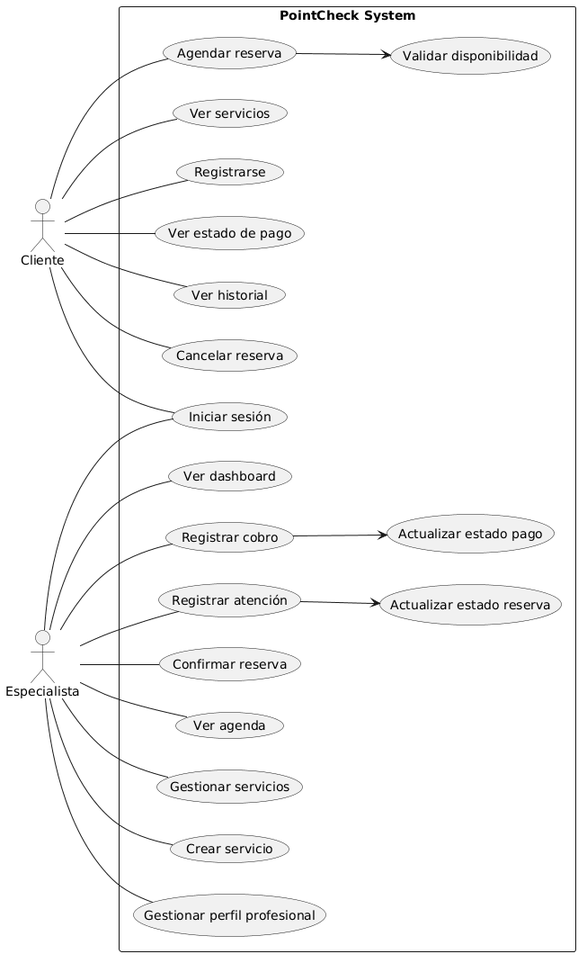
Earlier version of the PlantUML export Documentacion/4+1/VISTA DE ESCENARIO (CASOS DE USO).png (ismaeljim/PointCheck). The source it was exported from:
```plantuml
@startuml
left to right direction

actor Cliente
actor Especialista

rectangle "PointCheck System" {

  Cliente -- (Registrarse)
  Cliente -- (Iniciar sesión)
  Cliente -- (Ver servicios)
  Cliente -- (Agendar reserva)
  Cliente -- (Cancelar reserva)
  Cliente -- (Ver historial)
  Cliente -- (Ver estado de pago)

  Especialista -- (Iniciar sesión)
  Especialista -- (Gestionar perfil profesional)
  Especialista -- (Crear servicio)
  Especialista -- (Gestionar servicios)
  Especialista -- (Ver agenda)
  Especialista -- (Confirmar reserva)
  Especialista -- (Registrar atención)
  Especialista -- (Registrar cobro)
  Especialista -- (Ver dashboard)

  (Agendar reserva) --> (Validar disponibilidad)
  (Registrar atención) --> (Actualizar estado reserva)
  (Registrar cobro) --> (Actualizar estado pago)
}
@enduml
```
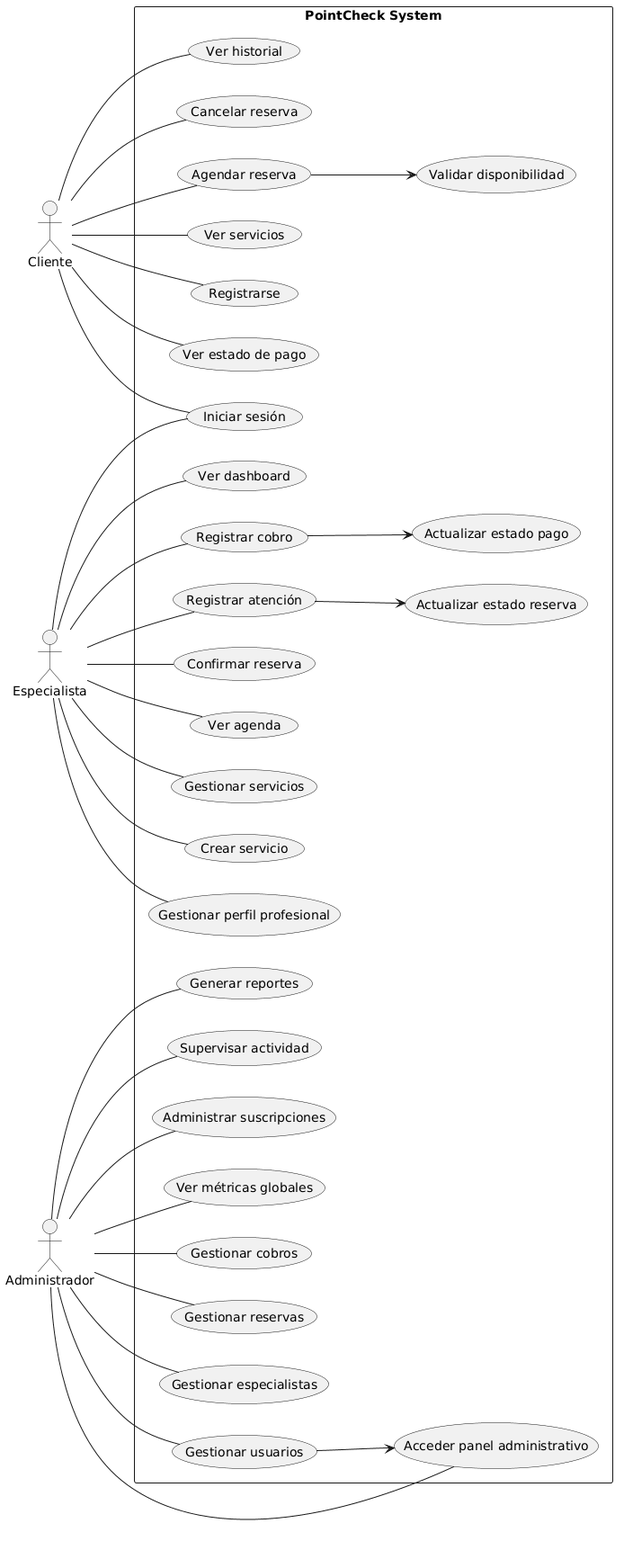
Later version of the same file.

What changed in the source:
```diff
@@ -3,6 +3,7 @@
 
 actor Cliente
 actor Especialista
+actor Administrador
 
 rectangle "PointCheck System" {
 
@@ -24,8 +25,20 @@
   Especialista -- (Registrar cobro)
   Especialista -- (Ver dashboard)
 
+  Administrador -- (Gestionar usuarios)
+  Administrador -- (Gestionar especialistas)
+  Administrador -- (Gestionar reservas)
+  Administrador -- (Gestionar cobros)
+  Administrador -- (Ver métricas globales)
+  Administrador -- (Administrar suscripciones)
+  Administrador -- (Supervisar actividad)
+  Administrador -- (Generar reportes)
+  Administrador -- (Acceder panel administrativo)
+
   (Agendar reserva) --> (Validar disponibilidad)
   (Registrar atención) --> (Actualizar estado reserva)
   (Registrar cobro) --> (Actualizar estado pago)
+  (Gestionar usuarios) --> (Acceder panel administrativo)
+
 }
 @enduml
```
